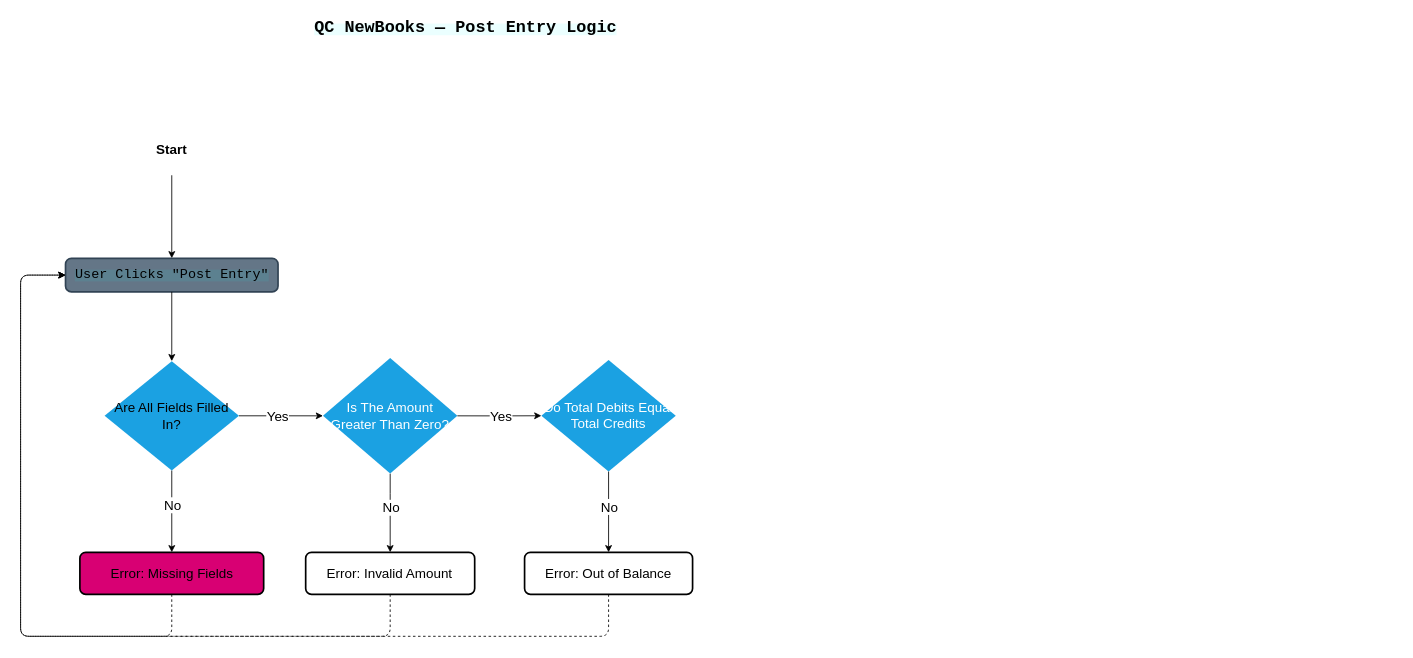
Earlier version of the draw.io diagram page "Part A — Flowchart" (1 of 2) of QC_NewBooks_Diagrams.drawio (kvnrtga10-cell/diagram-qc-new-books). Source tidied: cells renumbered, new cells numbered last; positions are measured from the earlier drawing's top-left corner, leaving out a move shared by most shapes. Both pictures are drawn from the tidied source at 84%, with x=0, y=0 at pixel (20, 14).
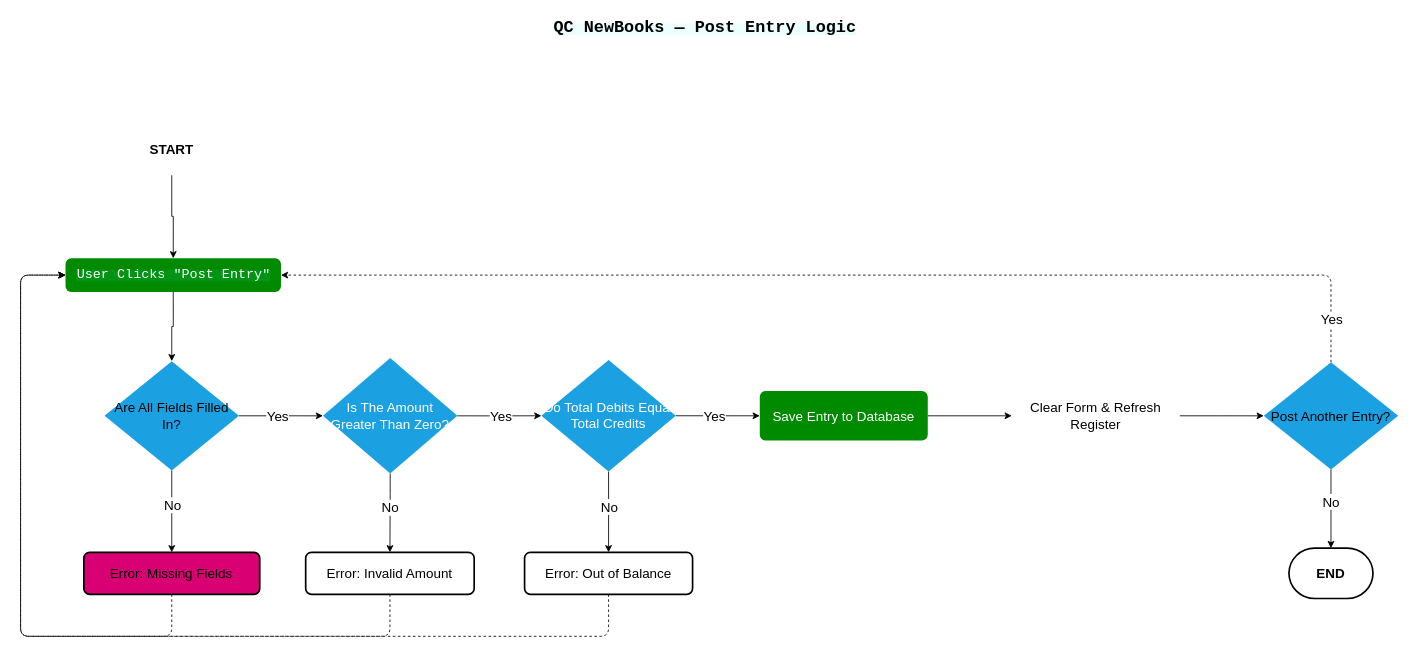
The same page after the edit.

The change refers to these unchanged cells:
```xml
<mxCell id="21" value="&lt;font style=&quot;font-size: 16px;&quot;&gt;Do Total Debits Equal Total Credits&lt;/font&gt;" style="strokeWidth=2;html=1;shape=mxgraph.flowchart.decision;whiteSpace=wrap;fillColor=#1ba1e2;fontColor=light-dark(#FFFFFF,#FFFFFF);strokeColor=none;" parent="1" vertex="1">
  <mxGeometry x="620" y="411.2" width="160" height="132.5" as="geometry" />
</mxCell>
```

Change to the diagram source:
```diff
@@
     <mxCell id="2" value="&lt;span style=&quot;font-family: &amp;quot;Share Tech Mono&amp;quot;, monospace; text-align: start; background-color: rgba(0, 245, 255, 0.08);&quot;&gt;&lt;b style=&quot;&quot;&gt;&lt;font style=&quot;font-size: 20px;&quot;&gt;QC NewBooks — Post Entry Logic&lt;/font&gt;&lt;/b&gt;&lt;/span&gt;" style="text;html=1;whiteSpace=wrap;strokeColor=none;fillColor=none;align=center;verticalAlign=middle;rounded=0;fontColor=light-dark(#000000,#FFFFFF);" parent="1" vertex="1">
-      <mxGeometry x="335" width="390" height="30" as="geometry" />
+      <mxGeometry x="620" width="390" height="30" as="geometry" />
     </mxCell>
@@
-    <mxCell id="4" value="&lt;b&gt;Start&lt;/b&gt;" style="strokeWidth=2;html=1;shape=mxgraph.flowchart.terminator;whiteSpace=wrap;fillColor=light-dark(#FFFFFF,#333333);labelBorderColor=none;fontSize=16;strokeColor=light-dark(#FFFFFF,#CCFFCC);" parent="1" vertex="1">
+    <mxCell id="4" value="&lt;b&gt;START&lt;/b&gt;" style="strokeWidth=2;html=1;shape=mxgraph.flowchart.terminator;whiteSpace=wrap;fillColor=light-dark(#FFFFFF,#CC6600);labelBorderColor=none;fontSize=16;strokeColor=light-dark(#FFFFFF,#FFFFFF);" parent="1" vertex="1">
       <mxGeometry x="130" y="130" width="100" height="60" as="geometry" />
     </mxCell>
-    <mxCell id="5" value="&lt;span style=&quot;font-family: &amp;quot;Share Tech Mono&amp;quot;, monospace; text-align: start; background-color: rgba(0, 245, 255, 0.08);&quot;&gt;&lt;font style=&quot;font-size: 16px; color: light-dark(rgb(0, 0, 0), rgb(255, 255, 255));&quot;&gt;User Clicks &quot;Post Entry&quot;&lt;/font&gt;&lt;/span&gt;" style="rounded=1;whiteSpace=wrap;html=1;absoluteArcSize=1;arcSize=14;strokeWidth=2;fillColor=#647687;fontColor=#ffffff;strokeColor=#314354;labelBorderColor=none;" parent="1" vertex="1">
-      <mxGeometry x="53.5" y="290" width="253" height="40" as="geometry" />
+    <mxCell id="5" value="&lt;span style=&quot;font-family: &amp;quot;Share Tech Mono&amp;quot;, monospace; text-align: start; background-color: rgba(0, 245, 255, 0.08);&quot;&gt;&lt;font style=&quot;font-size: 16px;&quot;&gt;User Clicks &quot;Post Entry&quot;&lt;/font&gt;&lt;/span&gt;" style="rounded=1;whiteSpace=wrap;html=1;absoluteArcSize=1;arcSize=14;strokeWidth=2;fillColor=light-dark(#008A00,#00CC00);fontColor=light-dark(#FFFFFF,#FFFFFF);strokeColor=none;labelBorderColor=none;" parent="1" vertex="1">
+      <mxGeometry x="53.5" y="290" width="256.5" height="40" as="geometry" />
     </mxCell>
@@
     <mxCell id="13" value="&lt;font style=&quot;font-size: 16px; color: light-dark(rgb(0, 0, 0), rgb(255, 255, 255));&quot;&gt;Error: Missing Fields&lt;/font&gt;" style="rounded=1;whiteSpace=wrap;html=1;absoluteArcSize=1;arcSize=14;strokeWidth=2;fillColor=light-dark(#D80073,#CC0000);fontColor=#ffffff;strokeColor=light-dark(#000000,#FFFFFF);labelBackgroundColor=none;labelBorderColor=none;textShadow=0;shadow=0;glass=0;fillStyle=solid;" parent="1" vertex="1">
-      <mxGeometry x="70.6" y="640" width="218.8" height="50" as="geometry" />
+      <mxGeometry x="75.3" y="640" width="209.4" height="50" as="geometry" />
     </mxCell>
@@
     <mxCell id="18" value="&lt;font style=&quot;font-size: 16px;&quot;&gt;Error: Invalid Amount&lt;/font&gt;" style="rounded=1;whiteSpace=wrap;html=1;absoluteArcSize=1;arcSize=14;strokeWidth=2;fillColor=light-dark(#FFFFFF,#CC0000);" parent="1" vertex="1">
-      <mxGeometry x="339.4" y="640" width="201.2" height="50" as="geometry" />
+      <mxGeometry x="339.4" y="640" width="200.6" height="50" as="geometry" />
     </mxCell>
@@
+    <mxCell id="26" style="edgeStyle=orthogonalEdgeStyle;rounded=0;jettySize=auto;html=1;exitX=1;exitY=0.5;exitDx=0;exitDy=0;exitPerimeter=0;entryX=0;entryY=0.5;entryDx=0;entryDy=0;" parent="1" edge="1" source="21" target="29">
+      <mxGeometry relative="1" as="geometry" />
+    </mxCell>
+    <mxCell id="27" value="&lt;font style=&quot;font-size: 16px;&quot;&gt;Yes&lt;/font&gt;" style="edgeLabel;html=1;align=center;verticalAlign=middle;" parent="26" vertex="1">
+      <mxGeometry x="-0.03" y="4" relative="1" as="geometry">
+        <mxPoint x="-4" y="4" as="offset" />
+      </mxGeometry>
+    </mxCell>
@@
+    <mxCell id="28" style="edgeStyle=orthogonalEdgeStyle;rounded=0;jettySize=auto;html=1;exitX=1;exitY=0.5;exitDx=0;exitDy=0;entryX=0;entryY=0.5;entryDx=0;entryDy=0;" parent="1" edge="1" source="29" target="30">
+      <mxGeometry relative="1" as="geometry" />
+    </mxCell>
+    <mxCell id="29" value="&lt;font style=&quot;font-size: 16px;&quot;&gt;Save Entry to Database&lt;/font&gt;" style="rounded=1;whiteSpace=wrap;html=1;absoluteArcSize=1;arcSize=14;strokeWidth=2;fillColor=light-dark(#008A00,#00CC00);fontColor=light-dark(#FFFFFF,#FFFFFF);strokeColor=none;" parent="1" vertex="1">
+      <mxGeometry x="880" y="448.1" width="200" height="58.8" as="geometry" />
+    </mxCell>
+    <mxCell id="30" value="&lt;font style=&quot;font-size: 16px;&quot;&gt;Clear Form &amp;amp; Refresh Register&lt;/font&gt;" style="rounded=1;whiteSpace=wrap;html=1;absoluteArcSize=1;arcSize=14;strokeWidth=2;fillColor=light-dark(#FFFFFF,#00CC00);strokeColor=none;" parent="1" vertex="1">
+      <mxGeometry x="1180" y="445.6" width="200" height="63.8" as="geometry" />
+    </mxCell>
+    <mxCell id="31" style="edgeStyle=orthogonalEdgeStyle;rounded=1;jettySize=auto;html=1;exitX=0.5;exitY=0;exitDx=0;exitDy=0;exitPerimeter=0;entryX=1;entryY=0.5;entryDx=0;entryDy=0;strokeColor=default;curved=0;dashed=1;" parent="1" edge="1" source="33" target="5">
+      <mxGeometry relative="1" as="geometry" />
+    </mxCell>
+    <mxCell id="32" value="&lt;font style=&quot;font-size: 16px;&quot;&gt;Yes&lt;/font&gt;" style="edgeLabel;html=1;align=center;verticalAlign=middle;" parent="31" vertex="1">
+      <mxGeometry x="-0.93" y="4" relative="1" as="geometry">
+        <mxPoint x="4" y="-4" as="offset" />
+      </mxGeometry>
+    </mxCell>
+    <mxCell id="33" value="&lt;font style=&quot;font-size: 16px; color: light-dark(rgb(0, 0, 0), rgb(255, 255, 255));&quot;&gt;Post Another Entry?&lt;/font&gt;" style="strokeWidth=2;html=1;shape=mxgraph.flowchart.decision;whiteSpace=wrap;fillColor=#1ba1e2;fontColor=#ffffff;strokeColor=none;" parent="1" vertex="1">
+      <mxGeometry x="1480" y="413.8" width="160" height="127.5" as="geometry" />
+    </mxCell>
+    <mxCell id="34" style="edgeStyle=orthogonalEdgeStyle;rounded=0;jettySize=auto;html=1;exitX=1;exitY=0.5;exitDx=0;exitDy=0;entryX=0;entryY=0.5;entryDx=0;entryDy=0;entryPerimeter=0;" parent="1" edge="1" source="30" target="33">
+      <mxGeometry relative="1" as="geometry" />
+    </mxCell>
+    <mxCell id="35" value="&lt;font style=&quot;font-size: 16px;&quot;&gt;&lt;b&gt;END&lt;/b&gt;&lt;/font&gt;" style="strokeWidth=2;html=1;shape=mxgraph.flowchart.terminator;whiteSpace=wrap;fillColor=light-dark(#FFFFFF,#CC6600);" parent="1" vertex="1">
+      <mxGeometry x="1510" y="635" width="100" height="60" as="geometry" />
+    </mxCell>
+    <mxCell id="36" value="&lt;font style=&quot;font-size: 16px;&quot;&gt;No&lt;/font&gt;" style="edgeStyle=orthogonalEdgeStyle;rounded=0;jettySize=auto;html=1;exitX=0.5;exitY=1;exitDx=0;exitDy=0;exitPerimeter=0;entryX=0.5;entryY=0;entryDx=0;entryDy=0;entryPerimeter=0;" parent="1" edge="1" source="33" target="35">
+      <mxGeometry x="-0.17" relative="1" as="geometry" />
+    </mxCell>
```
